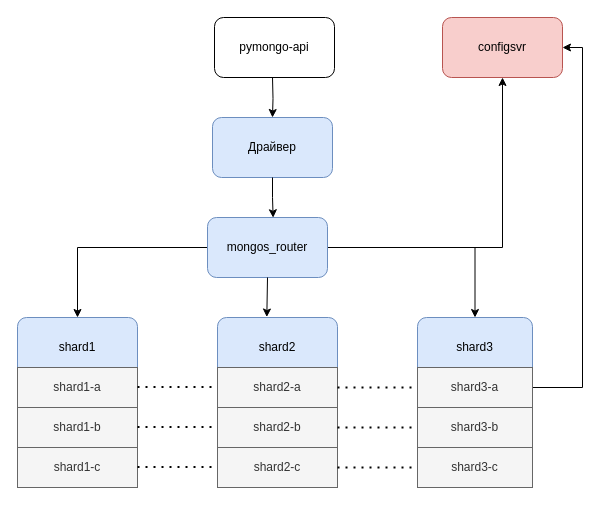
Above: page "Схема — 2" (3 of 6) of sprint_2_tasks.drawio in wiky-avis/architecture-sprint-2 (draw.io), before the change. Source tidied: cells renumbered, new cells numbered last; positions are measured from the earlier drawing's top-left corner, leaving out a move shared by most shapes. Both pictures are drawn from the tidied source at 100%, with x=0, y=0 at pixel (17, 17).
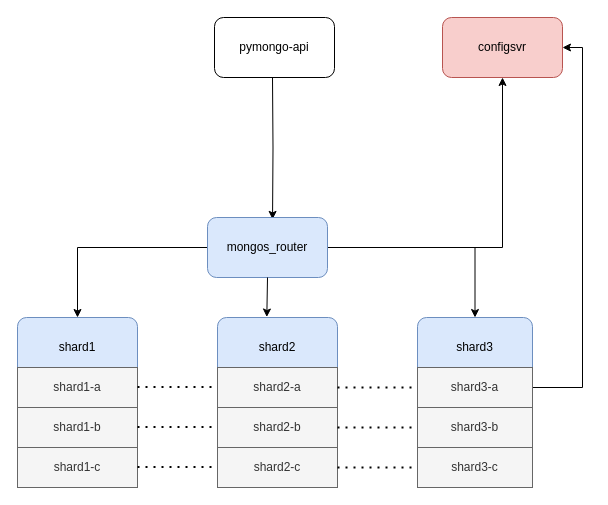
The same page after the edit.

Unchanged cells that the change refers to:
```xml
<mxCell id="8" value="mongos_router" style="rounded=1;whiteSpace=wrap;html=1;fillColor=#dae8fc;strokeColor=#6c8ebf;" parent="1" vertex="1">
  <mxGeometry x="190" y="200" width="120" height="60" as="geometry" />
</mxCell>
```

Change to the diagram source:
```diff
@@
-    <mxCell id="2" style="edgeStyle=orthogonalEdgeStyle;rounded=0;jettySize=auto;html=1;exitX=0.5;exitY=1;exitDx=0;exitDy=0;exitPerimeter=0;" parent="1" edge="1" target="4">
+    <mxCell id="2" style="edgeStyle=orthogonalEdgeStyle;rounded=0;jettySize=auto;html=1;exitX=0.5;exitY=1;exitDx=0;exitDy=0;exitPerimeter=0;entryX=0.542;entryY=0.031;entryDx=0;entryDy=0;entryPerimeter=0;" parent="1" edge="1" target="8">
       <mxGeometry relative="1" as="geometry">
         <mxPoint x="255" y="60" as="sourcePoint" />
       </mxGeometry>
     </mxCell>
@@
-    <mxCell id="4" value="Драйвер" style="rounded=1;whiteSpace=wrap;html=1;fillColor=#dae8fc;strokeColor=#6c8ebf;" parent="1" vertex="1">
-      <mxGeometry x="195" y="100" width="120" height="60" as="geometry" />
-    </mxCell>
@@
-    <mxCell id="30" style="edgeStyle=orthogonalEdgeStyle;rounded=0;jettySize=auto;html=1;exitX=0.5;exitY=1;exitDx=0;exitDy=0;entryX=0.547;entryY=0.004;entryDx=0;entryDy=0;entryPerimeter=0;" parent="1" edge="1" source="4" target="8">
-      <mxGeometry relative="1" as="geometry" />
-    </mxCell>
```
